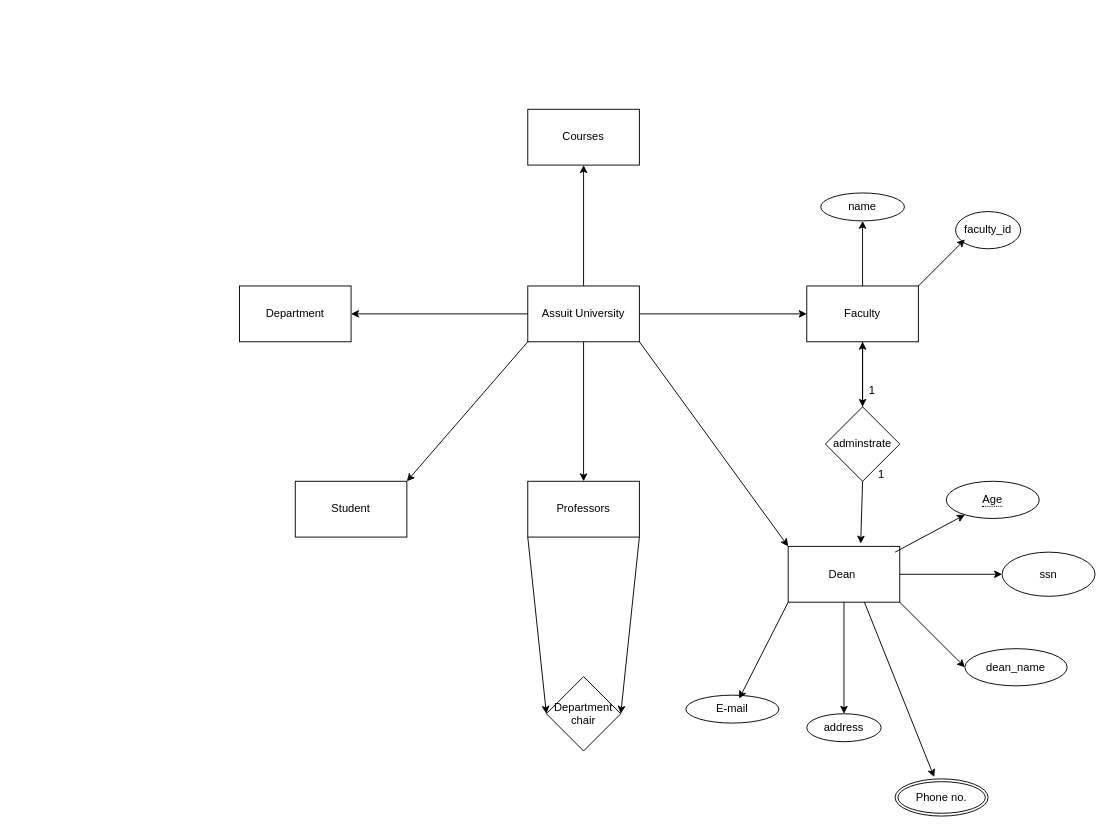
Zee-2000/ITI_Testing keeps this draw.io diagram as Untitled Diagram.drawio. Above is the earlier version. Source tidied: cells renumbered, new cells numbered last; positions are measured from the earlier drawing's top-left corner, leaving out a move shared by most shapes. Both pictures are drawn from the tidied source at 93%, with x=0, y=0 at pixel (239, 109).
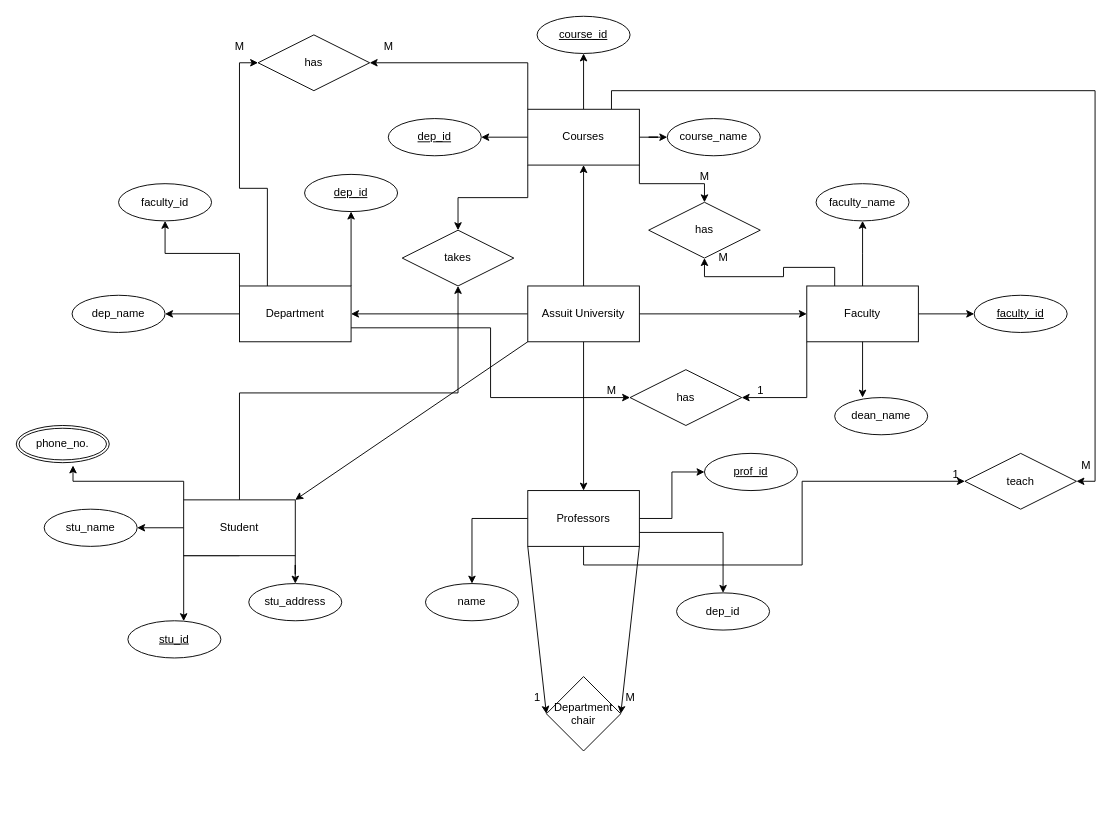
Above is the later version.

The change refers to these unchanged cells:
```xml
<mxCell id="6" value="Assuit University" style="rounded=0;whiteSpace=wrap;html=1;" parent="1" vertex="1">
  <mxGeometry x="310" y="190" width="120" height="60" as="geometry" />
</mxCell>
<mxCell id="9" value="Faculty" style="rounded=0;whiteSpace=wrap;html=1;" parent="1" vertex="1">
  <mxGeometry x="610" y="190" width="120" height="60" as="geometry" />
</mxCell>
<mxCell id="10" value="Department" style="whiteSpace=wrap;html=1;rounded=0;" parent="1" vertex="1">
  <mxGeometry y="190" width="120" height="60" as="geometry" />
</mxCell>
<mxCell id="11" value="Courses" style="whiteSpace=wrap;html=1;rounded=0;" parent="1" vertex="1">
  <mxGeometry x="310" width="120" height="60" as="geometry" />
</mxCell>
```

Diff of the diagram source:
```diff
@@
-    <mxCell id="7" style="edgeStyle=orthogonalEdgeStyle;rounded=0;jettySize=auto;html=1;" parent="1" edge="1" source="9" target="24">
-      <mxGeometry relative="1" as="geometry" />
+    <mxCell id="7" style="edgeStyle=orthogonalEdgeStyle;rounded=0;jettySize=auto;html=1;" parent="1" edge="1" source="9">
+      <mxGeometry relative="1" as="geometry">
+        <mxPoint x="670" y="120" as="targetPoint" />
+      </mxGeometry>
     </mxCell>
-    <mxCell id="8" style="edgeStyle=orthogonalEdgeStyle;rounded=0;jettySize=auto;html=1;" parent="1" edge="1" source="9" target="26">
-      <mxGeometry relative="1" as="geometry" />
-    </mxCell>
+    <mxCell id="40" style="edgeStyle=orthogonalEdgeStyle;rounded=0;jettySize=auto;html=1;exitX=1;exitY=0.5;exitDx=0;exitDy=0;" parent="1" edge="1" source="9" target="62">
+      <mxGeometry relative="1" as="geometry" />
+    </mxCell>
+    <mxCell id="41" style="edgeStyle=orthogonalEdgeStyle;rounded=0;jettySize=auto;html=1;exitX=0;exitY=1;exitDx=0;exitDy=0;entryX=1;entryY=0.5;entryDx=0;entryDy=0;" parent="1" edge="1" source="9" target="77">
+      <mxGeometry relative="1" as="geometry" />
+    </mxCell>
+    <mxCell id="42" style="edgeStyle=orthogonalEdgeStyle;rounded=0;jettySize=auto;html=1;exitX=0.25;exitY=0;exitDx=0;exitDy=0;" parent="1" edge="1" source="9" target="85">
+      <mxGeometry relative="1" as="geometry" />
+    </mxCell>
@@
+    <mxCell id="43" style="edgeStyle=orthogonalEdgeStyle;rounded=0;jettySize=auto;html=1;exitX=1;exitY=0;exitDx=0;exitDy=0;entryX=0.5;entryY=1;entryDx=0;entryDy=0;" parent="1" edge="1" source="10" target="64">
+      <mxGeometry relative="1" as="geometry" />
+    </mxCell>
+    <mxCell id="44" style="edgeStyle=orthogonalEdgeStyle;rounded=0;jettySize=auto;html=1;exitX=0;exitY=0.5;exitDx=0;exitDy=0;" parent="1" edge="1" source="10" target="65">
+      <mxGeometry relative="1" as="geometry" />
+    </mxCell>
+    <mxCell id="45" style="edgeStyle=orthogonalEdgeStyle;rounded=0;jettySize=auto;html=1;exitX=1;exitY=0.75;exitDx=0;exitDy=0;entryX=0;entryY=0.5;entryDx=0;entryDy=0;" parent="1" edge="1" source="10" target="77">
+      <mxGeometry relative="1" as="geometry" />
+    </mxCell>
+    <mxCell id="46" style="edgeStyle=orthogonalEdgeStyle;rounded=0;jettySize=auto;html=1;exitX=0.25;exitY=0;exitDx=0;exitDy=0;entryX=0;entryY=0.5;entryDx=0;entryDy=0;" parent="1" edge="1" source="10" target="80">
+      <mxGeometry relative="1" as="geometry" />
+    </mxCell>
+    <mxCell id="47" style="edgeStyle=orthogonalEdgeStyle;rounded=0;jettySize=auto;html=1;exitX=0;exitY=0;exitDx=0;exitDy=0;" parent="1" edge="1" source="10" target="67">
+      <mxGeometry relative="1" as="geometry" />
+    </mxCell>
@@
+    <mxCell id="48" style="edgeStyle=orthogonalEdgeStyle;rounded=0;jettySize=auto;html=1;exitX=0.5;exitY=0;exitDx=0;exitDy=0;" parent="1" edge="1" source="11" target="66">
+      <mxGeometry relative="1" as="geometry" />
+    </mxCell>
+    <mxCell id="49" style="edgeStyle=orthogonalEdgeStyle;rounded=0;jettySize=auto;html=1;exitX=1;exitY=0.5;exitDx=0;exitDy=0;" parent="1" edge="1" source="11" target="68">
+      <mxGeometry relative="1" as="geometry" />
+    </mxCell>
+    <mxCell id="50" style="edgeStyle=orthogonalEdgeStyle;rounded=0;jettySize=auto;html=1;exitX=0;exitY=0.5;exitDx=0;exitDy=0;" parent="1" edge="1" source="11" target="69">
+      <mxGeometry relative="1" as="geometry" />
+    </mxCell>
+    <mxCell id="51" style="edgeStyle=orthogonalEdgeStyle;rounded=0;jettySize=auto;html=1;exitX=0;exitY=0;exitDx=0;exitDy=0;entryX=1;entryY=0.5;entryDx=0;entryDy=0;" parent="1" edge="1" source="11" target="80">
+      <mxGeometry relative="1" as="geometry" />
+    </mxCell>
+    <mxCell id="52" style="edgeStyle=orthogonalEdgeStyle;rounded=0;jettySize=auto;html=1;exitX=0;exitY=1;exitDx=0;exitDy=0;entryX=0.5;entryY=0;entryDx=0;entryDy=0;" parent="1" edge="1" source="11" target="83">
+      <mxGeometry relative="1" as="geometry" />
+    </mxCell>
+    <mxCell id="53" style="edgeStyle=orthogonalEdgeStyle;rounded=0;jettySize=auto;html=1;exitX=0.75;exitY=0;exitDx=0;exitDy=0;entryX=1;entryY=0.5;entryDx=0;entryDy=0;" parent="1" edge="1" source="11" target="91">
+      <mxGeometry relative="1" as="geometry" />
+    </mxCell>
@@
+    <mxCell id="54" style="edgeStyle=orthogonalEdgeStyle;rounded=0;jettySize=auto;html=1;exitX=1;exitY=0.5;exitDx=0;exitDy=0;entryX=0;entryY=0.5;entryDx=0;entryDy=0;" parent="1" edge="1" source="12" target="70">
+      <mxGeometry relative="1" as="geometry" />
+    </mxCell>
+    <mxCell id="55" style="edgeStyle=orthogonalEdgeStyle;rounded=0;jettySize=auto;html=1;exitX=0;exitY=0.5;exitDx=0;exitDy=0;" parent="1" edge="1" source="12" target="24">
+      <mxGeometry relative="1" as="geometry" />
+    </mxCell>
+    <mxCell id="56" style="edgeStyle=orthogonalEdgeStyle;rounded=0;jettySize=auto;html=1;exitX=1;exitY=0.75;exitDx=0;exitDy=0;" parent="1" edge="1" source="12" target="71">
+      <mxGeometry relative="1" as="geometry" />
+    </mxCell>
+    <mxCell id="57" style="edgeStyle=orthogonalEdgeStyle;rounded=0;jettySize=auto;html=1;exitX=0.5;exitY=1;exitDx=0;exitDy=0;" parent="1" edge="1" source="12" target="91">
+      <mxGeometry relative="1" as="geometry" />
+    </mxCell>
     <mxCell id="12" value="Professors" style="whiteSpace=wrap;html=1;rounded=0;" parent="1" vertex="1">
-      <mxGeometry x="310" y="400" width="120" height="60" as="geometry" />
+      <mxGeometry x="310" y="410" width="120" height="60" as="geometry" />
     </mxCell>
-    <mxCell id="13" style="edgeStyle=orthogonalEdgeStyle;rounded=0;jettySize=auto;html=1;" parent="1" edge="1" source="15" target="30">
-      <mxGeometry relative="1" as="geometry" />
-    </mxCell>
-    <mxCell id="14" style="edgeStyle=orthogonalEdgeStyle;rounded=0;jettySize=auto;html=1;" parent="1" edge="1" source="15" target="33">
-      <mxGeometry relative="1" as="geometry" />
-    </mxCell>
-    <mxCell id="15" value="Dean&amp;nbsp;" style="rounded=0;whiteSpace=wrap;html=1;" parent="1" vertex="1">
-      <mxGeometry x="590" y="470" width="120" height="60" as="geometry" />
-    </mxCell>
-    <mxCell id="16" style="endArrow=classic;html=1;rounded=0;entryX=0;entryY=0;entryDx=0;entryDy=0;exitX=1;exitY=1;exitDx=0;exitDy=0;" parent="1" edge="1" source="6" target="15">
-      <mxGeometry relative="1" as="geometry" />
-    </mxCell>
+    <mxCell id="58" style="edgeStyle=orthogonalEdgeStyle;rounded=0;jettySize=auto;html=1;exitX=0.5;exitY=1;exitDx=0;exitDy=0;" parent="1" edge="1" source="17" target="72">
+      <mxGeometry relative="1" as="geometry">
+        <Array as="points">
+          <mxPoint x="-60" y="480" />
+        </Array>
+      </mxGeometry>
+    </mxCell>
+    <mxCell id="59" style="edgeStyle=orthogonalEdgeStyle;rounded=0;jettySize=auto;html=1;exitX=0;exitY=0.5;exitDx=0;exitDy=0;" parent="1" edge="1" source="17" target="73">
+      <mxGeometry relative="1" as="geometry" />
+    </mxCell>
+    <mxCell id="60" style="edgeStyle=orthogonalEdgeStyle;rounded=0;jettySize=auto;html=1;exitX=1;exitY=1;exitDx=0;exitDy=0;" parent="1" edge="1" source="17" target="74">
+      <mxGeometry relative="1" as="geometry" />
+    </mxCell>
+    <mxCell id="61" style="edgeStyle=orthogonalEdgeStyle;rounded=0;jettySize=auto;html=1;exitX=0.5;exitY=0;exitDx=0;exitDy=0;" parent="1" edge="1" source="17" target="83">
+      <mxGeometry relative="1" as="geometry" />
+    </mxCell>
     <mxCell id="17" value="Student" style="rounded=0;whiteSpace=wrap;html=1;" parent="1" vertex="1">
-      <mxGeometry x="60" y="400" width="120" height="60" as="geometry" />
+      <mxGeometry x="-60" y="420" width="120" height="60" as="geometry" />
     </mxCell>
@@
-    <mxCell id="22" value="faculty_id" style="ellipse;whiteSpace=wrap;html=1;" parent="1" vertex="1">
-      <mxGeometry x="770" y="110" width="70" height="40" as="geometry" />
-    </mxCell>
-    <mxCell id="23" style="endArrow=classic;html=1;rounded=0;" parent="1" edge="1">
-      <mxGeometry relative="1" as="geometry">
-        <mxPoint x="730" y="190" as="sourcePoint" />
-        <mxPoint x="780" y="140" as="targetPoint" />
-      </mxGeometry>
-    </mxCell>
+    <mxCell id="31" value="dean_name" style="ellipse;whiteSpace=wrap;html=1;align=center;" parent="1" vertex="1">
+      <mxGeometry x="640" y="310" width="100" height="40" as="geometry" />
+    </mxCell>
+    <mxCell id="62" value="&lt;u&gt;faculty_id&lt;/u&gt;" style="ellipse;whiteSpace=wrap;html=1;align=center;" parent="1" vertex="1">
+      <mxGeometry x="790" y="200" width="100" height="40" as="geometry" />
+    </mxCell>
+    <mxCell id="63" value="faculty_name" style="ellipse;whiteSpace=wrap;html=1;align=center;" parent="1" vertex="1">
+      <mxGeometry x="620" y="80" width="100" height="40" as="geometry" />
+    </mxCell>
+    <mxCell id="64" value="&lt;u&gt;dep_id&lt;/u&gt;" style="ellipse;whiteSpace=wrap;html=1;align=center;" parent="1" vertex="1">
+      <mxGeometry x="70" y="70" width="100" height="40" as="geometry" />
+    </mxCell>
+    <mxCell id="65" value="dep_name" style="ellipse;whiteSpace=wrap;html=1;align=center;" parent="1" vertex="1">
+      <mxGeometry x="-180" y="200" width="100" height="40" as="geometry" />
+    </mxCell>
+    <mxCell id="66" value="&lt;u&gt;course_id&lt;/u&gt;" style="ellipse;whiteSpace=wrap;html=1;align=center;" parent="1" vertex="1">
+      <mxGeometry x="320" y="-100" width="100" height="40" as="geometry" />
+    </mxCell>
+    <mxCell id="67" value="faculty_id" style="ellipse;whiteSpace=wrap;html=1;align=center;" parent="1" vertex="1">
+      <mxGeometry x="-130" y="80" width="100" height="40" as="geometry" />
+    </mxCell>
+    <mxCell id="68" value="course_name" style="ellipse;whiteSpace=wrap;html=1;align=center;" parent="1" vertex="1">
+      <mxGeometry x="460" y="10" width="100" height="40" as="geometry" />
+    </mxCell>
+    <mxCell id="69" value="dep_id" style="ellipse;whiteSpace=wrap;html=1;align=center;fontStyle=4;" parent="1" vertex="1">
+      <mxGeometry x="160" y="10" width="100" height="40" as="geometry" />
+    </mxCell>
+    <mxCell id="70" value="&lt;u&gt;prof_id&lt;/u&gt;" style="ellipse;whiteSpace=wrap;html=1;align=center;" parent="1" vertex="1">
+      <mxGeometry x="500" y="370" width="100" height="40" as="geometry" />
+    </mxCell>
-    <mxCell id="24" value="name" style="ellipse;whiteSpace=wrap;html=1;rounded=0;" parent="1" vertex="1">
-      <mxGeometry x="625" y="90" width="90" height="30" as="geometry" />
+    <mxCell id="24" value="name" style="ellipse;whiteSpace=wrap;html=1;align=center;" parent="1" vertex="1">
+      <mxGeometry x="200" y="510" width="100" height="40" as="geometry" />
     </mxCell>
-    <mxCell id="25" style="edgeStyle=orthogonalEdgeStyle;rounded=0;jettySize=auto;html=1;" parent="1" edge="1" source="26" target="9">
-      <mxGeometry relative="1" as="geometry" />
-    </mxCell>
-    <mxCell id="26" value="adminstrate" style="rhombus;whiteSpace=wrap;html=1;rounded=0;" parent="1" vertex="1">
-      <mxGeometry x="630" y="320" width="80" height="80" as="geometry" />
-    </mxCell>
-    <mxCell id="27" style="endArrow=classic;html=1;rounded=0;entryX=0.65;entryY=-0.05;entryDx=0;entryDy=0;exitX=0.5;exitY=1;exitDx=0;exitDy=0;entryPerimeter=0;" parent="1" edge="1" source="26" target="15">
-      <mxGeometry relative="1" as="geometry" />
-    </mxCell>
-    <mxCell id="28" value="1" style="text;html=1;align=center;verticalAlign=middle;strokeColor=none;fillColor=none;" parent="1" vertex="1">
-      <mxGeometry x="675" y="378" width="30" height="30" as="geometry" />
-    </mxCell>
-    <mxCell id="29" value="1" style="text;html=1;align=center;verticalAlign=middle;strokeColor=none;fillColor=none;" parent="1" vertex="1">
-      <mxGeometry x="665" y="288" width="30" height="30" as="geometry" />
-    </mxCell>
-    <mxCell id="30" value="ssn" style="ellipse;whiteSpace=wrap;html=1;rounded=0;" parent="1" vertex="1">
-      <mxGeometry x="820" y="476.2" width="100" height="47.5" as="geometry" />
-    </mxCell>
-    <mxCell id="31" value="dean_name" style="ellipse;whiteSpace=wrap;html=1;" parent="1" vertex="1">
-      <mxGeometry x="780" y="580" width="110" height="40" as="geometry" />
-    </mxCell>
-    <mxCell id="32" style="endArrow=classic;html=1;rounded=0;entryX=0;entryY=0.5;entryDx=0;entryDy=0;exitX=1;exitY=1;exitDx=0;exitDy=0;" parent="1" edge="1" source="15" target="31">
-      <mxGeometry relative="1" as="geometry" />
-    </mxCell>
-    <mxCell id="33" value="address" style="ellipse;whiteSpace=wrap;html=1;rounded=0;" parent="1" vertex="1">
-      <mxGeometry x="610" y="650" width="80" height="30" as="geometry" />
-    </mxCell>
-    <mxCell id="34" value="E-mail" style="ellipse;whiteSpace=wrap;html=1;" parent="1" vertex="1">
-      <mxGeometry x="480" y="630" width="100" height="30" as="geometry" />
-    </mxCell>
-    <mxCell id="35" style="endArrow=classic;html=1;rounded=0;entryX=0.573;entryY=0.125;entryDx=0;entryDy=0;entryPerimeter=0;exitX=0;exitY=1;exitDx=0;exitDy=0;" parent="1" edge="1" source="15" target="34">
-      <mxGeometry relative="1" as="geometry" />
-    </mxCell>
-    <mxCell id="36" style="endArrow=classic;html=1;rounded=0;entryX=0.442;entryY=-0.05;entryDx=0;entryDy=0;entryPerimeter=0;exitX=0.683;exitY=1;exitDx=0;exitDy=0;exitPerimeter=0;" parent="1" edge="1" source="15">
-      <mxGeometry relative="1" as="geometry">
-        <mxPoint x="747" y="718" as="targetPoint" />
-      </mxGeometry>
-    </mxCell>
-    <mxCell id="37" value="Phone no." style="ellipse;shape=doubleEllipse;margin=3;whiteSpace=wrap;html=1;align=center;" parent="1" vertex="1">
-      <mxGeometry x="705" y="720" width="100" height="40" as="geometry" />
-    </mxCell>
-    <mxCell id="38" value="&lt;span style=&quot;border-bottom: 1px dotted&quot;&gt;Age&lt;/span&gt;" style="ellipse;whiteSpace=wrap;html=1;align=center;" parent="1" vertex="1">
-      <mxGeometry x="760" y="400" width="100" height="40" as="geometry" />
-    </mxCell>
-    <mxCell id="39" style="endArrow=classic;html=1;rounded=0;" parent="1" edge="1" target="38">
-      <mxGeometry relative="1" as="geometry">
-        <mxPoint x="705" y="476.2" as="sourcePoint" />
-      </mxGeometry>
-    </mxCell>
+    <mxCell id="71" value="dep_id" style="ellipse;whiteSpace=wrap;html=1;align=center;" parent="1" vertex="1">
+      <mxGeometry x="470" y="520" width="100" height="40" as="geometry" />
+    </mxCell>
+    <mxCell id="72" value="stu_id" style="ellipse;whiteSpace=wrap;html=1;align=center;fontStyle=4;" parent="1" vertex="1">
+      <mxGeometry x="-120" y="550" width="100" height="40" as="geometry" />
+    </mxCell>
+    <mxCell id="73" value="stu_name" style="ellipse;whiteSpace=wrap;html=1;align=center;" parent="1" vertex="1">
+      <mxGeometry x="-210" y="430" width="100" height="40" as="geometry" />
+    </mxCell>
+    <mxCell id="74" value="stu_address" style="ellipse;whiteSpace=wrap;html=1;align=center;" parent="1" vertex="1">
+      <mxGeometry x="10" y="510" width="100" height="40" as="geometry" />
+    </mxCell>
+    <mxCell id="75" value="phone_no." style="ellipse;shape=doubleEllipse;margin=3;whiteSpace=wrap;html=1;align=center;" parent="1" vertex="1">
+      <mxGeometry x="-240" y="340" width="100" height="40" as="geometry" />
+    </mxCell>
+    <mxCell id="76" style="edgeStyle=orthogonalEdgeStyle;rounded=0;jettySize=auto;html=1;exitX=0;exitY=0;exitDx=0;exitDy=0;entryX=0.61;entryY=1.075;entryDx=0;entryDy=0;entryPerimeter=0;" parent="1" edge="1" source="17" target="75">
+      <mxGeometry relative="1" as="geometry" />
+    </mxCell>
+    <mxCell id="77" value="has" style="shape=rhombus;perimeter=rhombusPerimeter;whiteSpace=wrap;html=1;align=center;" parent="1" vertex="1">
+      <mxGeometry x="420" y="280" width="120" height="60" as="geometry" />
+    </mxCell>
+    <mxCell id="78" value="1" style="text;html=1;align=center;verticalAlign=middle;strokeColor=none;fillColor=none;" parent="1" vertex="1">
+      <mxGeometry x="545" y="288" width="30" height="30" as="geometry" />
+    </mxCell>
+    <mxCell id="79" value="M" style="text;html=1;align=center;verticalAlign=middle;strokeColor=none;fillColor=none;" parent="1" vertex="1">
+      <mxGeometry x="385" y="288" width="30" height="30" as="geometry" />
+    </mxCell>
+    <mxCell id="80" value="has" style="shape=rhombus;perimeter=rhombusPerimeter;whiteSpace=wrap;html=1;align=center;" parent="1" vertex="1">
+      <mxGeometry x="20" y="-80" width="120" height="60" as="geometry" />
+    </mxCell>
+    <mxCell id="81" value="M" style="text;html=1;align=center;verticalAlign=middle;strokeColor=none;fillColor=none;" parent="1" vertex="1">
+      <mxGeometry x="-15" y="-82" width="30" height="30" as="geometry" />
+    </mxCell>
+    <mxCell id="82" value="M" style="text;html=1;align=center;verticalAlign=middle;strokeColor=none;fillColor=none;" parent="1" vertex="1">
+      <mxGeometry x="145" y="-82" width="30" height="30" as="geometry" />
+    </mxCell>
+    <mxCell id="83" value="takes" style="shape=rhombus;perimeter=rhombusPerimeter;whiteSpace=wrap;html=1;align=center;" parent="1" vertex="1">
+      <mxGeometry x="175" y="130" width="120" height="60" as="geometry" />
+    </mxCell>
+    <mxCell id="84" style="edgeStyle=orthogonalEdgeStyle;rounded=0;jettySize=auto;html=1;exitX=0.5;exitY=1;exitDx=0;exitDy=0;entryX=0.3;entryY=0;entryDx=0;entryDy=0;entryPerimeter=0;" parent="1" edge="1" source="9" target="31">
+      <mxGeometry relative="1" as="geometry" />
+    </mxCell>
+    <mxCell id="85" value="has" style="shape=rhombus;perimeter=rhombusPerimeter;whiteSpace=wrap;html=1;align=center;" parent="1" vertex="1">
+      <mxGeometry x="440" y="100" width="120" height="60" as="geometry" />
+    </mxCell>
+    <mxCell id="86" style="edgeStyle=orthogonalEdgeStyle;rounded=0;jettySize=auto;html=1;exitX=1;exitY=1;exitDx=0;exitDy=0;entryX=0.5;entryY=0;entryDx=0;entryDy=0;" parent="1" edge="1" source="11" target="85">
+      <mxGeometry relative="1" as="geometry" />
+    </mxCell>
+    <mxCell id="87" value="M" style="text;html=1;align=center;verticalAlign=middle;strokeColor=none;fillColor=none;" parent="1" vertex="1">
+      <mxGeometry x="505" y="145" width="30" height="30" as="geometry" />
+    </mxCell>
+    <mxCell id="88" value="M" style="text;html=1;align=center;verticalAlign=middle;strokeColor=none;fillColor=none;" parent="1" vertex="1">
+      <mxGeometry x="485" y="58" width="30" height="30" as="geometry" />
+    </mxCell>
+    <mxCell id="89" value="1" style="text;html=1;align=center;verticalAlign=middle;strokeColor=none;fillColor=none;" parent="1" vertex="1">
+      <mxGeometry x="305" y="618" width="30" height="30" as="geometry" />
+    </mxCell>
+    <mxCell id="90" value="M" style="text;html=1;align=center;verticalAlign=middle;strokeColor=none;fillColor=none;" parent="1" vertex="1">
+      <mxGeometry x="405" y="618" width="30" height="30" as="geometry" />
+    </mxCell>
+    <mxCell id="91" value="teach" style="shape=rhombus;perimeter=rhombusPerimeter;whiteSpace=wrap;html=1;align=center;" parent="1" vertex="1">
+      <mxGeometry x="780" y="370" width="120" height="60" as="geometry" />
+    </mxCell>
+    <mxCell id="92" value="1" style="text;html=1;align=center;verticalAlign=middle;strokeColor=none;fillColor=none;" parent="1" vertex="1">
+      <mxGeometry x="755" y="378" width="30" height="30" as="geometry" />
+    </mxCell>
+    <mxCell id="93" value="M" style="text;html=1;align=center;verticalAlign=middle;strokeColor=none;fillColor=none;" parent="1" vertex="1">
+      <mxGeometry x="895" y="368" width="30" height="30" as="geometry" />
+    </mxCell>
```
